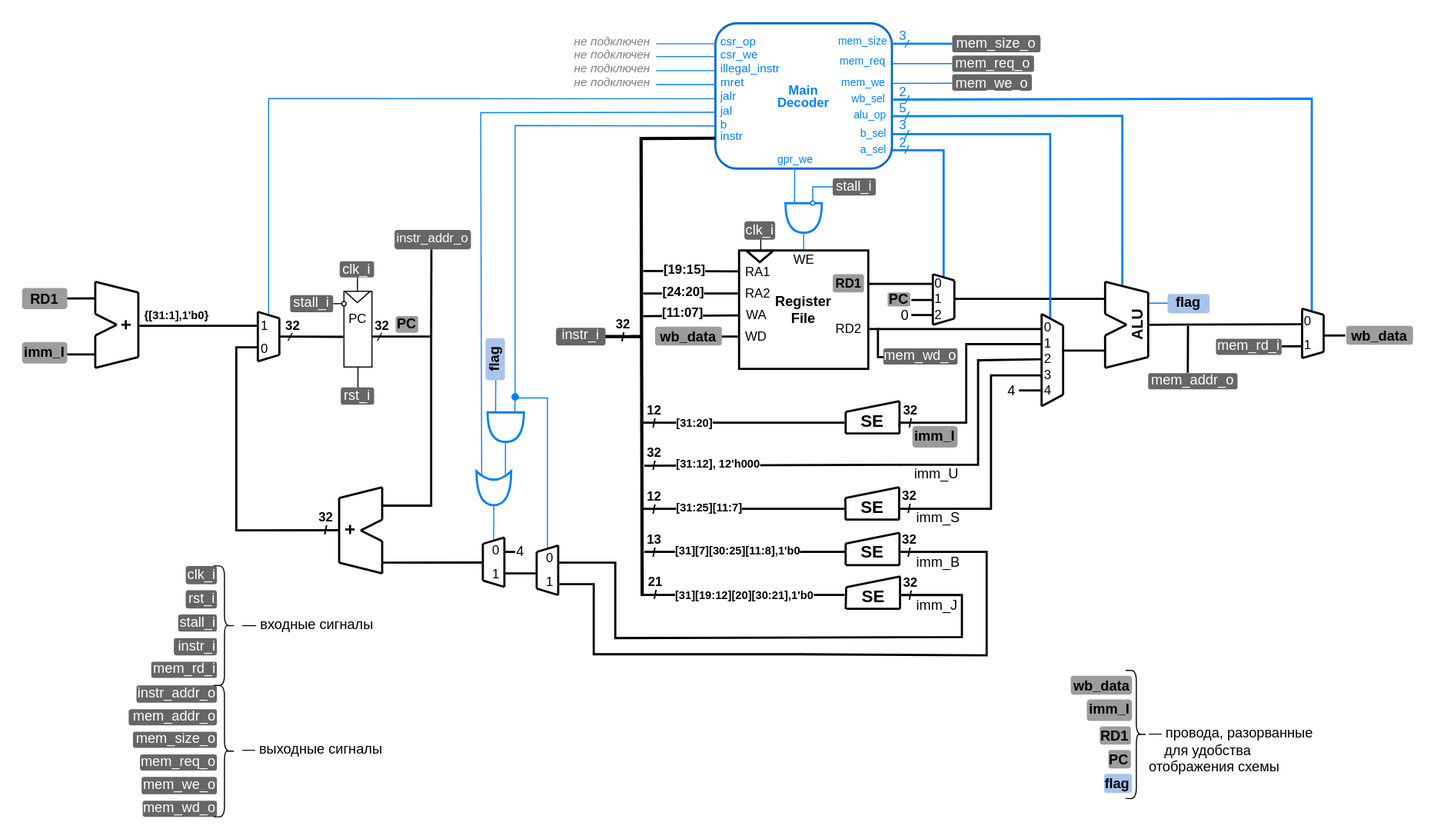
MPSU/APS keeps this draw.io diagram as .pic/Labs/lab_07_dp/fig_01.drawio.svg. Above is the earlier version. Source tidied: cells renumbered, new cells last; positions are measured from the earlier drawing's top-left corner, leaving out a move shared by most shapes.
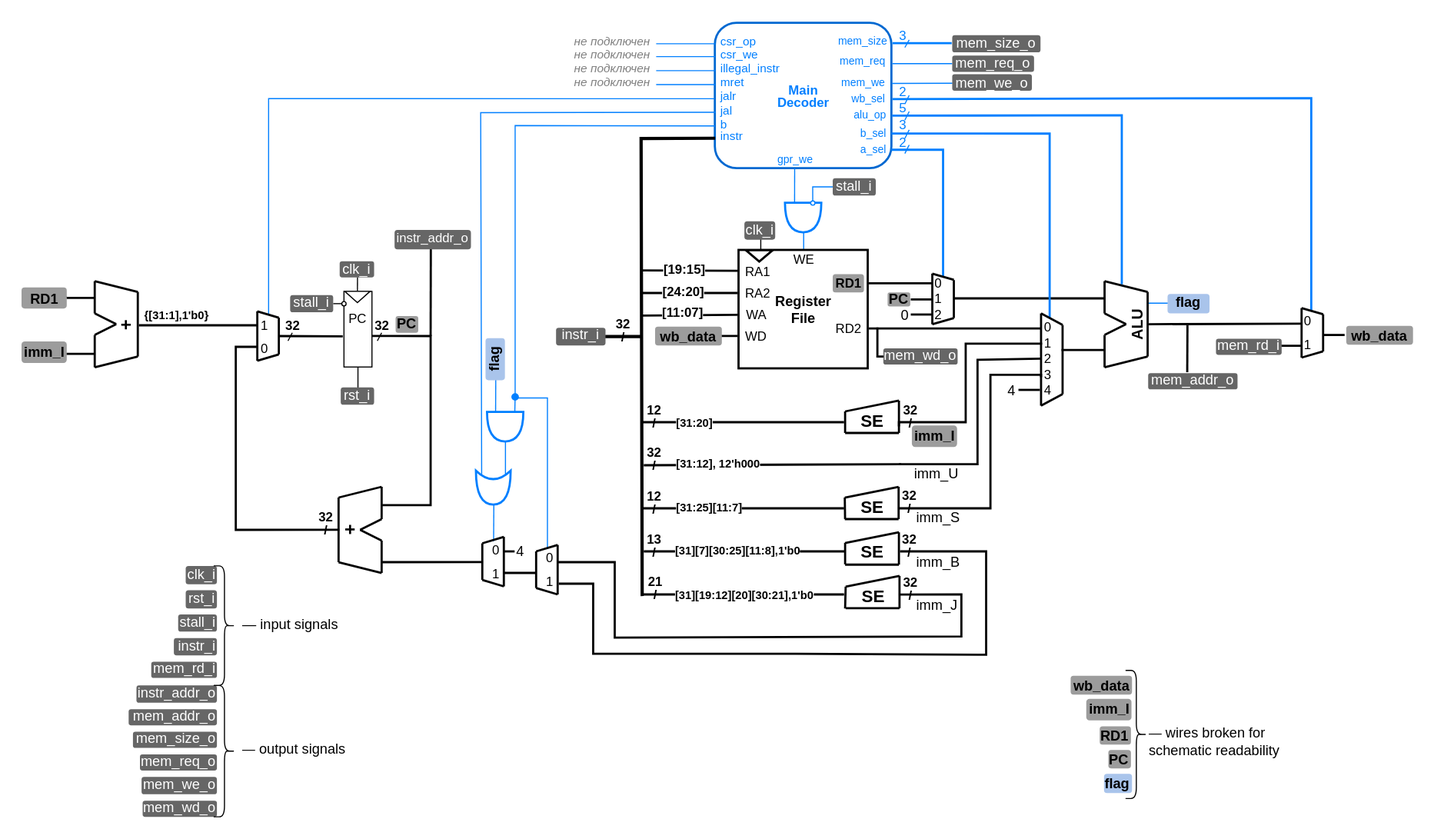
The same file after the commit.

Change to the diagram source:
```diff
@@ -1049,13 +1049,13 @@
     <mxCell id="210" style="shape=curlyBracket;whiteSpace=wrap;html=1;rounded=1;flipH=1;labelPosition=right;verticalLabelPosition=middle;align=left;verticalAlign=middle;spacingRight=1;" parent="1" vertex="1">
       <mxGeometry x="178" y="504" width="20" height="111" as="geometry" />
     </mxCell>
-    <mxCell id="211" value="&lt;span style=&quot;color: rgb(0, 0, 0); font-family: Helvetica; font-size: 13px; font-style: normal; font-variant-ligatures: normal; font-variant-caps: normal; font-weight: 400; letter-spacing: normal; orphans: 2; text-align: center; text-indent: 0px; text-transform: none; widows: 2; word-spacing: 0px; -webkit-text-stroke-width: 0px; text-decoration-thickness: initial; text-decoration-style: initial; text-decoration-color: initial; float: none; display: inline !important;&quot;&gt;— входные сигналы&lt;/span&gt;" style="text;whiteSpace=wrap;html=1;labelBackgroundColor=none;" parent="1" vertex="1">
+    <mxCell id="211" value="&lt;span style=&quot;color: rgb(0, 0, 0); font-family: Helvetica; font-size: 13px; font-style: normal; font-variant-ligatures: normal; font-variant-caps: normal; font-weight: 400; letter-spacing: normal; orphans: 2; text-align: center; text-indent: 0px; text-transform: none; widows: 2; word-spacing: 0px; -webkit-text-stroke-width: 0px; text-decoration-thickness: initial; text-decoration-style: initial; text-decoration-color: initial; float: none; display: inline !important;&quot;&gt;— input signals&lt;/span&gt;" style="text;whiteSpace=wrap;html=1;labelBackgroundColor=none;" parent="1" vertex="1">
       <mxGeometry x="203" y="544" width="133" height="29" as="geometry" />
     </mxCell>
     <mxCell id="212" style="shape=curlyBracket;whiteSpace=wrap;html=1;rounded=1;flipH=1;labelPosition=right;verticalLabelPosition=middle;align=left;verticalAlign=middle;spacingRight=1;" parent="1" vertex="1">
       <mxGeometry x="178" y="615" width="20" height="122" as="geometry" />
     </mxCell>
-    <mxCell id="213" value="—&lt;span style=&quot;color: rgb(0, 0, 0); font-family: Helvetica; font-size: 13px; font-style: normal; font-variant-ligatures: normal; font-variant-caps: normal; font-weight: 400; letter-spacing: normal; orphans: 2; text-align: center; text-indent: 0px; text-transform: none; widows: 2; word-spacing: 0px; -webkit-text-stroke-width: 0px; text-decoration-thickness: initial; text-decoration-style: initial; text-decoration-color: initial; float: none; display: inline !important;&quot;&gt; выходные сигналы&lt;/span&gt;" style="text;whiteSpace=wrap;html=1;labelBackgroundColor=none;" parent="1" vertex="1">
+    <mxCell id="213" value="—&lt;span style=&quot;color: rgb(0, 0, 0); font-family: Helvetica; font-size: 13px; font-style: normal; font-variant-ligatures: normal; font-variant-caps: normal; font-weight: 400; letter-spacing: normal; orphans: 2; text-align: center; text-indent: 0px; text-transform: none; widows: 2; word-spacing: 0px; -webkit-text-stroke-width: 0px; text-decoration-thickness: initial; text-decoration-style: initial; text-decoration-color: initial; float: none; display: inline !important;&quot;&gt; output signals&lt;/span&gt;" style="text;whiteSpace=wrap;html=1;labelBackgroundColor=none;" parent="1" vertex="1">
       <mxGeometry x="203" y="660" width="133" height="29" as="geometry" />
     </mxCell>
     <mxCell id="214" value="&lt;font style=&quot;font-size: 13px;&quot;&gt;mem_req_o&lt;/font&gt;" style="text;html=1;strokeColor=none;fillColor=#666666;align=right;verticalAlign=middle;whiteSpace=wrap;rounded=1;comic=0;fontColor=#FFFFFF;jiggle=0.5;spacing=0;spacingBottom=3;fontSize=13;fontStyle=0;spacingRight=1;" parent="1" vertex="1">
@@ -1073,7 +1073,7 @@
     <mxCell id="218" style="shape=curlyBracket;whiteSpace=wrap;html=1;rounded=1;flipH=1;labelPosition=right;verticalLabelPosition=middle;align=left;verticalAlign=middle;" parent="1" vertex="1">
       <mxGeometry x="1025" y="601" width="20" height="119" as="geometry" />
     </mxCell>
-    <mxCell id="219" value="—&lt;span style=&quot;color: rgb(0, 0, 0); font-family: Helvetica; font-size: 13px; font-style: normal; font-variant-ligatures: normal; font-variant-caps: normal; font-weight: 400; letter-spacing: normal; orphans: 2; text-align: center; text-indent: 0px; text-transform: none; widows: 2; word-spacing: 0px; -webkit-text-stroke-width: 0px; text-decoration-thickness: initial; text-decoration-style: initial; text-decoration-color: initial; float: none; display: inline !important;&quot;&gt; провода, разорванные&amp;nbsp; &amp;nbsp; &amp;nbsp; &amp;nbsp; для удобства&amp;nbsp; &amp;nbsp; &amp;nbsp; &amp;nbsp; &amp;nbsp; &amp;nbsp; &amp;nbsp; &amp;nbsp; &amp;nbsp; &amp;nbsp; отображения схемы&lt;/span&gt;" style="text;whiteSpace=wrap;html=1;labelBackgroundColor=none;" parent="1" vertex="1">
+    <mxCell id="219" value="—&lt;span style=&quot;color: rgb(0, 0, 0); font-family: Helvetica; font-size: 13px; font-style: normal; font-variant-ligatures: normal; font-variant-caps: normal; font-weight: 400; letter-spacing: normal; orphans: 2; text-align: center; text-indent: 0px; text-transform: none; widows: 2; word-spacing: 0px; -webkit-text-stroke-width: 0px; text-decoration-thickness: initial; text-decoration-style: initial; text-decoration-color: initial; float: none; display: inline !important;&quot;&gt; wires broken for schematic readability&lt;/span&gt;" style="text;whiteSpace=wrap;html=1;labelBackgroundColor=none;" parent="1" vertex="1">
       <mxGeometry x="1045" y="645" width="166" height="74" as="geometry" />
     </mxCell>
     <mxCell id="220" value="&lt;font style=&quot;font-size: 13px;&quot;&gt;PC&lt;/font&gt;" style="text;html=1;strokeColor=none;fillColor=#9C9C9C;align=right;verticalAlign=middle;whiteSpace=wrap;rounded=1;fontSize=13;fontColor=#000000;comic=0;jiggle=0.5;fontStyle=1;" parent="1" vertex="1">
```
